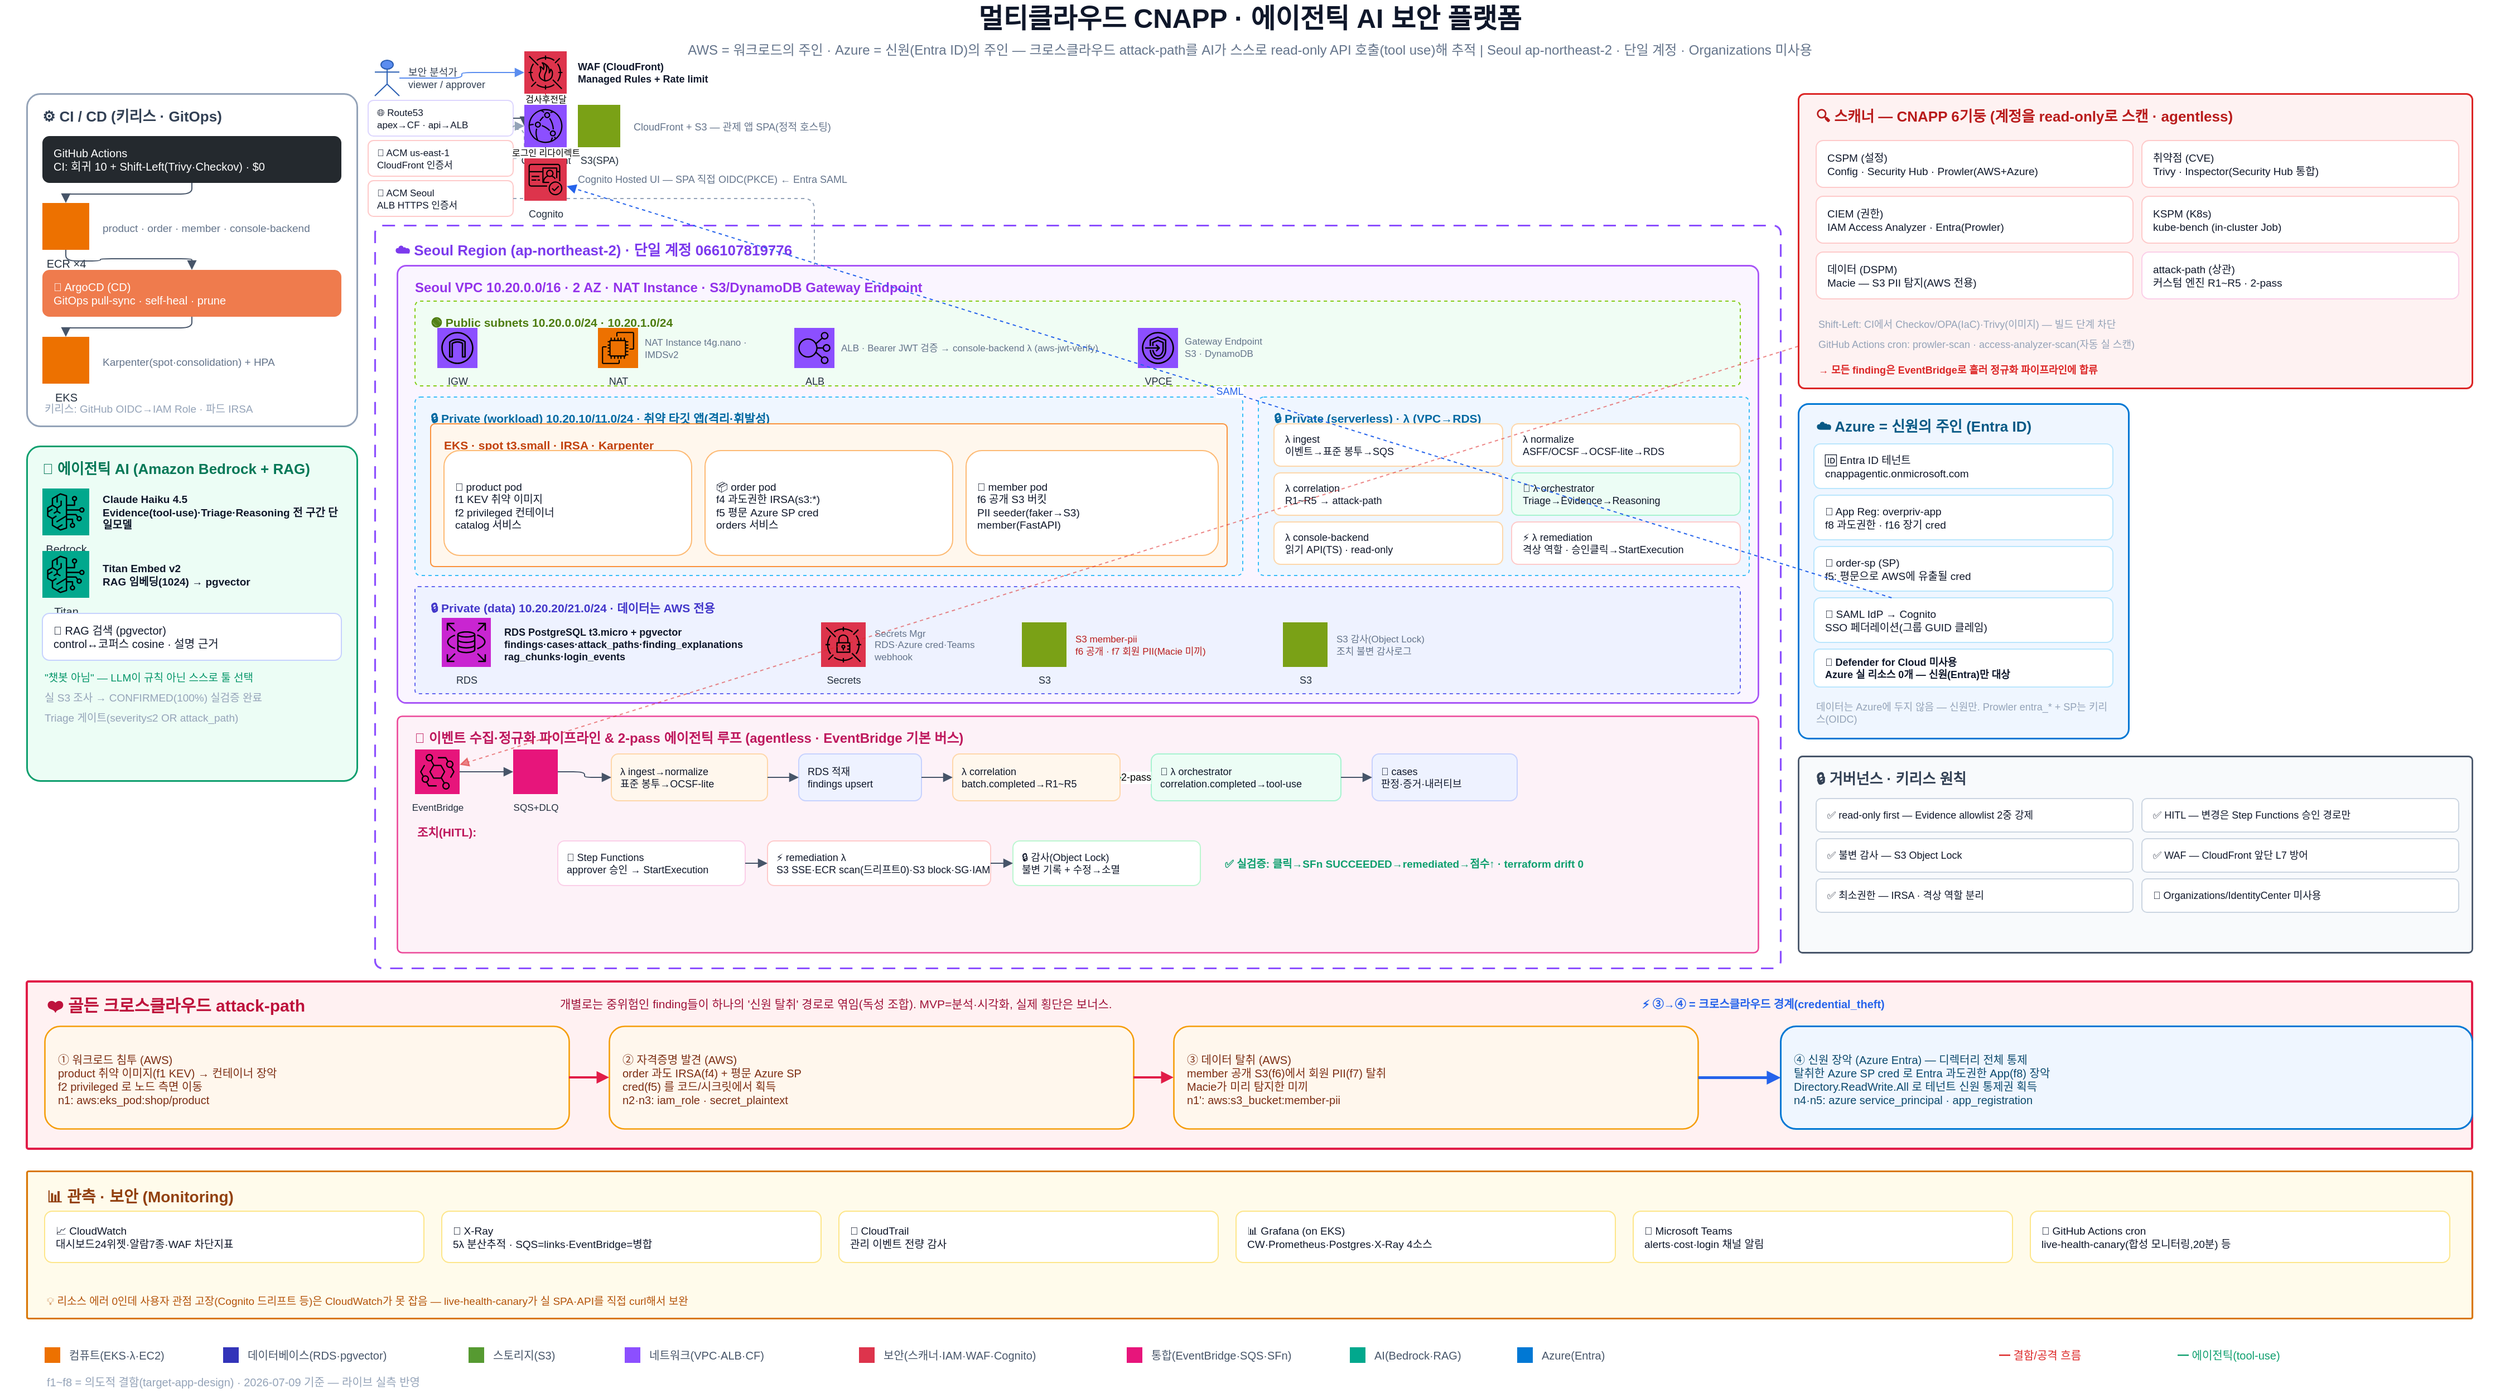
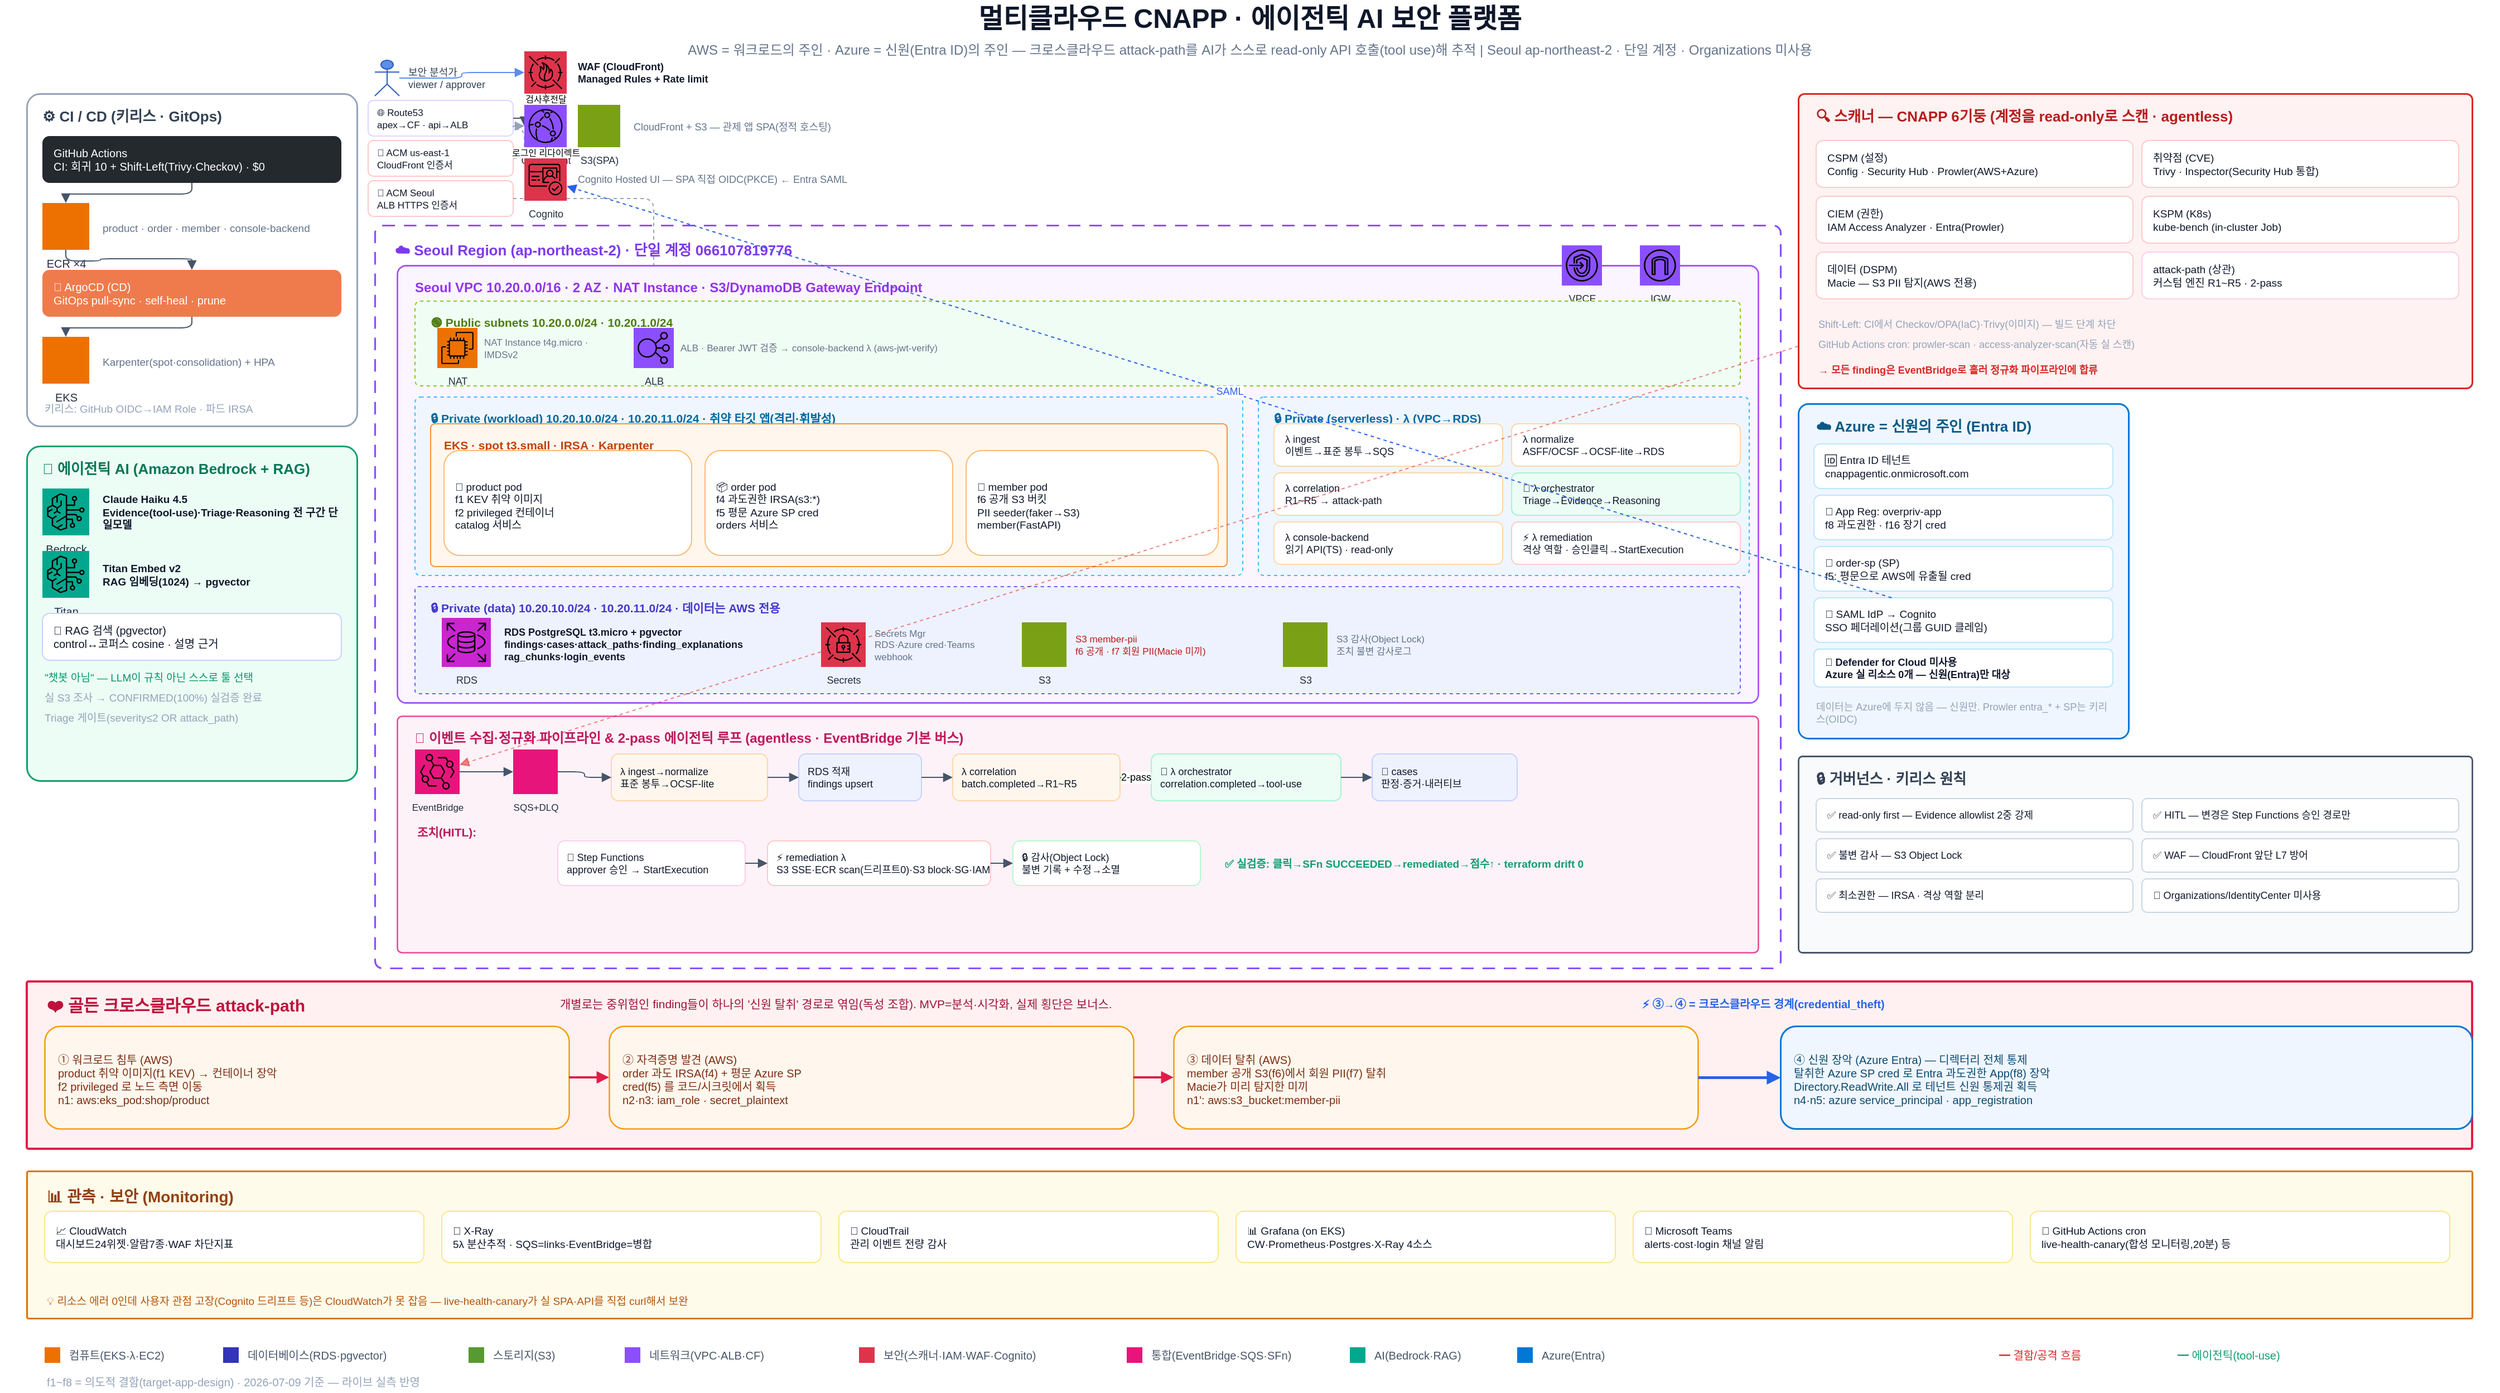
<mxfile host="app.diagrams.net" agent="claude-code" version="24.0.0">
  <diagram id="cnapp-overview-v2" name="CNAPP 전체 개요">
    <mxGraphModel dx="1600" dy="1000" grid="1" gridSize="10" guides="1" tooltips="1" connect="1" arrows="1" fold="1" page="1" pageScale="1" pageWidth="2240" pageHeight="1260" math="0" shadow="0">
      <root>
        <mxCell id="0" />
        <mxCell id="1" parent="0" />

        <!-- ===================== TITLE ===================== -->
        <mxCell id="title" value="멀티클라우드 CNAPP · 에이전틱 AI 보안 플랫폼" style="text;html=1;fontSize=24;fontStyle=1;align=center;verticalAlign=middle;fontColor=#0F172A;" vertex="1" parent="1">
          <mxGeometry x="0" y="4" width="2240" height="34" as="geometry" />
        </mxCell>
        <mxCell id="subtitle" value="AWS = 워크로드의 주인 · Azure = 신원(Entra ID)의 주인 — 크로스클라우드 attack-path를 AI가 스스로 read-only API 호출(tool use)해 추적 | Seoul ap-northeast-2 · 단일 계정 · Organizations 미사용" style="text;html=1;fontSize=12;align=center;verticalAlign=middle;fontColor=#64748B;" vertex="1" parent="1">
          <mxGeometry x="0" y="38" width="2240" height="22" as="geometry" />
        </mxCell>

        <!-- ===================== LEFT: CI/CD ===================== -->
        <mxCell id="Z_CICD" value="⚙️ CI / CD  (키리스 · GitOps)" style="rounded=1;arcSize=4;whiteSpace=wrap;html=1;fillColor=#FFFFFF;strokeColor=#94A3B8;strokeWidth=1.5;verticalAlign=top;align=left;spacingLeft=12;spacingTop=6;fontStyle=1;fontSize=13;fontColor=#334155;" vertex="1" parent="1">
          <mxGeometry x="24" y="88" width="296" height="298" as="geometry" />
        </mxCell>
        <mxCell id="GHA" value="GitHub Actions&#10;CI: 회귀 10 + Shift-Left(Trivy·Checkov) · $0" style="rounded=1;whiteSpace=wrap;html=1;fillColor=#24292E;strokeColor=none;fontColor=#FFFFFF;fontSize=10;align=left;spacingLeft=8;" vertex="1" parent="1">
          <mxGeometry x="38" y="126" width="268" height="42" as="geometry" />
        </mxCell>
        <mxCell id="ECR" value="ECR ×4" style="sketch=0;outlineConnect=0;fontColor=#232F3E;gradientColor=none;fillColor=#ED7100;strokeColor=none;verticalLabelPosition=bottom;verticalAlign=top;align=center;html=1;fontSize=10;aspect=fixed;shape=mxgraph.aws4.resourceIcon;resIcon=mxgraph.aws4.elastic_container_registry;" vertex="1" parent="1">
          <mxGeometry x="38" y="186" width="42" height="42" as="geometry" />
        </mxCell>
        <mxCell id="ECR_TXT" value="product · order · member · console-backend" style="text;html=1;whiteSpace=wrap;align=left;verticalAlign=middle;fontSize=9.5;fontColor=#64748B;" vertex="1" parent="1">
          <mxGeometry x="90" y="196" width="216" height="24" as="geometry" />
        </mxCell>
        <mxCell id="ARGO" value="🚢 ArgoCD (CD)&#10;GitOps pull-sync · self-heal · prune" style="rounded=1;whiteSpace=wrap;html=1;fillColor=#EF7B4D;strokeColor=none;fontColor=#FFFFFF;fontSize=10;align=left;spacingLeft=8;" vertex="1" parent="1">
          <mxGeometry x="38" y="246" width="268" height="42" as="geometry" />
        </mxCell>
        <mxCell id="EKS" value="EKS" style="sketch=0;outlineConnect=0;fontColor=#232F3E;gradientColor=none;fillColor=#ED7100;strokeColor=none;verticalLabelPosition=bottom;verticalAlign=top;align=center;html=1;fontSize=10;aspect=fixed;shape=mxgraph.aws4.resourceIcon;resIcon=mxgraph.aws4.elastic_kubernetes_service;" vertex="1" parent="1">
          <mxGeometry x="38" y="306" width="42" height="42" as="geometry" />
        </mxCell>
        <mxCell id="EKS_TXT" value="Karpenter(spot·consolidation) + HPA" style="text;html=1;whiteSpace=wrap;align=left;verticalAlign=middle;fontSize=9.5;fontColor=#64748B;" vertex="1" parent="1">
          <mxGeometry x="90" y="316" width="216" height="24" as="geometry" />
        </mxCell>
        <mxCell id="CICD_NOTE" value="키리스: GitHub OIDC→IAM Role · 파드 IRSA" style="text;html=1;whiteSpace=wrap;align=left;verticalAlign=middle;fontSize=9.5;fontColor=#94A3B8;" vertex="1" parent="1">
          <mxGeometry x="38" y="360" width="268" height="20" as="geometry" />
        </mxCell>
        <mxCell id="e_c1" style="edgeStyle=orthogonalEdgeStyle;rounded=1;html=1;endArrow=block;strokeColor=#475569;" edge="1" parent="1" source="GHA" target="ECR"><mxGeometry relative="1" as="geometry" /></mxCell>
        <mxCell id="e_c2" style="edgeStyle=orthogonalEdgeStyle;rounded=1;html=1;endArrow=block;strokeColor=#475569;" edge="1" parent="1" source="ECR" target="ARGO"><mxGeometry relative="1" as="geometry" /></mxCell>
        <mxCell id="e_c3" style="edgeStyle=orthogonalEdgeStyle;rounded=1;html=1;endArrow=block;strokeColor=#475569;" edge="1" parent="1" source="ARGO" target="EKS"><mxGeometry relative="1" as="geometry" /></mxCell>

        <!-- ===================== LEFT: AI ===================== -->
        <mxCell id="Z_AI" value="🧠 에이전틱 AI  (Amazon Bedrock + RAG)" style="rounded=1;arcSize=4;whiteSpace=wrap;html=1;fillColor=#ECFDF5;strokeColor=#0E9F6E;strokeWidth=1.5;verticalAlign=top;align=left;spacingLeft=12;spacingTop=6;fontStyle=1;fontSize=13;fontColor=#047857;" vertex="1" parent="1">
          <mxGeometry x="24" y="404" width="296" height="300" as="geometry" />
        </mxCell>
        <mxCell id="BR" value="Bedrock" style="sketch=0;outlineConnect=0;fontColor=#232F3E;gradientColor=none;fillColor=#01A88D;strokeColor=none;verticalLabelPosition=bottom;verticalAlign=top;align=center;html=1;fontSize=10;aspect=fixed;shape=mxgraph.aws4.resourceIcon;resIcon=mxgraph.aws4.bedrock;" vertex="1" parent="1">
          <mxGeometry x="38" y="442" width="42" height="42" as="geometry" />
        </mxCell>
        <mxCell id="BR_TXT" value="Claude Haiku 4.5&#10;Evidence(tool-use)·Triage·Reasoning 전 구간 단일모델" style="text;html=1;whiteSpace=wrap;align=left;verticalAlign=middle;fontSize=9.5;fontColor=#0F172A;fontStyle=1;" vertex="1" parent="1">
          <mxGeometry x="90" y="440" width="216" height="46" as="geometry" />
        </mxCell>
        <mxCell id="TITAN" value="Titan" style="sketch=0;outlineConnect=0;fontColor=#232F3E;gradientColor=none;fillColor=#01A88D;strokeColor=none;verticalLabelPosition=bottom;verticalAlign=top;align=center;html=1;fontSize=10;aspect=fixed;shape=mxgraph.aws4.resourceIcon;resIcon=mxgraph.aws4.bedrock;" vertex="1" parent="1">
          <mxGeometry x="38" y="498" width="42" height="42" as="geometry" />
        </mxCell>
        <mxCell id="TITAN_TXT" value="Titan Embed v2&#10;RAG 임베딩(1024) → pgvector" style="text;html=1;whiteSpace=wrap;align=left;verticalAlign=middle;fontSize=9.5;fontColor=#0F172A;fontStyle=1;" vertex="1" parent="1">
          <mxGeometry x="90" y="500" width="216" height="38" as="geometry" />
        </mxCell>
        <mxCell id="RAGBOX" value="🔎 RAG 검색 (pgvector)&#10;control↔코퍼스 cosine · 설명 근거" style="rounded=1;whiteSpace=wrap;html=1;fillColor=#FFFFFF;strokeColor=#C7D2FE;fontColor=#0F172A;fontSize=10;align=left;spacingLeft=8;" vertex="1" parent="1">
          <mxGeometry x="38" y="554" width="268" height="42" as="geometry" />
        </mxCell>
        <mxCell id="AI_N1" value="&quot;챗봇 아님&quot; — LLM이 규칙 아닌 스스로 툴 선택" style="text;html=1;whiteSpace=wrap;align=left;verticalAlign=middle;fontSize=9.5;fontColor=#059669;" vertex="1" parent="1">
          <mxGeometry x="38" y="602" width="268" height="18" as="geometry" />
        </mxCell>
        <mxCell id="AI_N2" value="실 S3 조사 → CONFIRMED(100%) 실검증 완료" style="text;html=1;whiteSpace=wrap;align=left;verticalAlign=middle;fontSize=9.5;fontColor=#94A3B8;" vertex="1" parent="1">
          <mxGeometry x="38" y="620" width="268" height="18" as="geometry" />
        </mxCell>
        <mxCell id="AI_N4" value="Triage 게이트(severity≤2 OR attack_path)" style="text;html=1;whiteSpace=wrap;align=left;verticalAlign=middle;fontSize=9.5;fontColor=#94A3B8;" vertex="1" parent="1">
          <mxGeometry x="38" y="638" width="268" height="18" as="geometry" />
        </mxCell>

        <!-- ===================== TOP: SSO 진입 (옵션B: SPA 직접 OIDC) ===================== -->
        <mxCell id="USER" value="" style="shape=umlActor;html=1;outlineConnect=0;fillColor=#5B8DEF;strokeColor=#2B5FB3;" vertex="1" parent="1">
          <mxGeometry x="336" y="58" width="22" height="32" as="geometry" />
        </mxCell>
        <mxCell id="USER_TXT" value="보안 분석가&#10;viewer / approver" style="text;html=1;whiteSpace=wrap;align=left;verticalAlign=middle;fontSize=9;fontColor=#334155;" vertex="1" parent="1">
          <mxGeometry x="364" y="58" width="100" height="32" as="geometry" />
        </mxCell>

        <!-- ===================== TOP: Route53 + ACM ===================== -->
        <mxCell id="ROUTE53" value="🌐 Route53&#10;apex→CF · api→ALB" style="rounded=1;whiteSpace=wrap;html=1;fillColor=#FFFFFF;strokeColor=#DDD6FE;fontColor=#0F172A;fontSize=8.5;align=left;spacingLeft=6;verticalAlign=middle;" vertex="1" parent="1">
          <mxGeometry x="330" y="94" width="130" height="32" as="geometry" />
        </mxCell>
        <mxCell id="ACM_CF" value="📜 ACM us-east-1&#10;CloudFront 인증서" style="rounded=1;whiteSpace=wrap;html=1;fillColor=#FFFFFF;strokeColor=#FECACA;fontColor=#0F172A;fontSize=8.5;align=left;spacingLeft=6;verticalAlign=middle;" vertex="1" parent="1">
          <mxGeometry x="330" y="130" width="130" height="32" as="geometry" />
        </mxCell>
        <mxCell id="ACM_ALB" value="📜 ACM Seoul&#10;ALB HTTPS 인증서" style="rounded=1;whiteSpace=wrap;html=1;fillColor=#FFFFFF;strokeColor=#FECACA;fontColor=#0F172A;fontSize=8.5;align=left;spacingLeft=6;verticalAlign=middle;" vertex="1" parent="1">
          <mxGeometry x="330" y="166" width="130" height="32" as="geometry" />
        </mxCell>
        <mxCell id="e_r53_cf" style="edgeStyle=orthogonalEdgeStyle;rounded=1;html=1;endArrow=block;strokeColor=#475569;" edge="1" parent="1" source="ROUTE53" target="CF"><mxGeometry relative="1" as="geometry" /></mxCell>
        <mxCell id="e_acmcf_cf" style="edgeStyle=orthogonalEdgeStyle;rounded=1;html=1;endArrow=block;dashed=1;strokeColor=#94A3B8;" edge="1" parent="1" source="ACM_CF" target="CF"><mxGeometry relative="1" as="geometry" /></mxCell>
        <mxCell id="e_acmalb_alb" style="edgeStyle=orthogonalEdgeStyle;rounded=1;html=1;endArrow=block;dashed=1;strokeColor=#94A3B8;" edge="1" parent="1" source="ACM_ALB" target="ALB"><mxGeometry relative="1" as="geometry" /></mxCell>
        <mxCell id="WAF" value="WAF" style="sketch=0;outlineConnect=0;fontColor=#232F3E;gradientColor=none;fillColor=#DD344C;strokeColor=none;verticalLabelPosition=bottom;verticalAlign=top;align=center;html=1;fontSize=9;aspect=fixed;shape=mxgraph.aws4.resourceIcon;resIcon=mxgraph.aws4.waf;" vertex="1" parent="1">
          <mxGeometry x="470" y="50" width="38" height="38" as="geometry" />
        </mxCell>
        <mxCell id="WAF_TXT" value="WAF (CloudFront)&#10;Managed Rules + Rate limit" style="text;html=1;whiteSpace=wrap;align=left;verticalAlign=middle;fontSize=9;fontColor=#0F172A;fontStyle=1;" vertex="1" parent="1">
          <mxGeometry x="516" y="52" width="180" height="34" as="geometry" />
        </mxCell>
        <mxCell id="CF" value="CloudFront" style="sketch=0;outlineConnect=0;fontColor=#232F3E;gradientColor=none;fillColor=#8C4FFF;strokeColor=none;verticalLabelPosition=bottom;verticalAlign=top;align=center;html=1;fontSize=9;aspect=fixed;shape=mxgraph.aws4.resourceIcon;resIcon=mxgraph.aws4.cloudfront;" vertex="1" parent="1">
          <mxGeometry x="470" y="98" width="38" height="38" as="geometry" />
        </mxCell>
        <mxCell id="SPA" value="S3(SPA)" style="sketch=0;outlineConnect=0;fontColor=#232F3E;gradientColor=none;fillColor=#7AA116;strokeColor=none;verticalLabelPosition=bottom;verticalAlign=top;align=center;html=1;fontSize=9;aspect=fixed;shape=mxgraph.aws4.resourceIcon;resIcon=mxgraph.aws4.simple_storage_service;" vertex="1" parent="1">
          <mxGeometry x="518" y="98" width="38" height="38" as="geometry" />
        </mxCell>
        <mxCell id="CF_TXT" value="CloudFront + S3 — 관제 앱 SPA(정적 호스팅)" style="text;html=1;whiteSpace=wrap;align=left;verticalAlign=middle;fontSize=9;fontColor=#64748B;" vertex="1" parent="1">
          <mxGeometry x="566" y="106" width="200" height="24" as="geometry" />
        </mxCell>
        <mxCell id="COG" value="Cognito" style="sketch=0;outlineConnect=0;fontColor=#232F3E;gradientColor=none;fillColor=#DD344C;strokeColor=none;verticalLabelPosition=bottom;verticalAlign=top;align=center;html=1;fontSize=9;aspect=fixed;shape=mxgraph.aws4.resourceIcon;resIcon=mxgraph.aws4.cognito;" vertex="1" parent="1">
          <mxGeometry x="470" y="146" width="38" height="38" as="geometry" />
        </mxCell>
        <mxCell id="COG_TXT" value="Cognito Hosted UI — SPA 직접 OIDC(PKCE) ← Entra SAML" style="text;html=1;whiteSpace=wrap;align=left;verticalAlign=middle;fontSize=9;fontColor=#64748B;" vertex="1" parent="1">
          <mxGeometry x="516" y="146" width="250" height="38" as="geometry" />
        </mxCell>
        <mxCell id="e_u1" style="edgeStyle=orthogonalEdgeStyle;rounded=1;html=1;endArrow=block;strokeColor=#5B8DEF;fontSize=9;" edge="1" parent="1" source="USER" target="WAF"><mxGeometry relative="1" as="geometry" /></mxCell>
        <mxCell id="e_u2" value="검사후전달" style="edgeStyle=orthogonalEdgeStyle;rounded=1;html=1;endArrow=block;strokeColor=#DD344C;fontSize=8;" edge="1" parent="1" source="WAF" target="CF"><mxGeometry relative="1" as="geometry" /></mxCell>
        <mxCell id="e_u3" value="로그인 리다이렉트" style="edgeStyle=orthogonalEdgeStyle;rounded=1;html=1;endArrow=block;strokeColor=#475569;fontSize=8;" edge="1" parent="1" source="CF" target="COG"><mxGeometry relative="1" as="geometry" /></mxCell>

        <!-- ===================== CENTER: Seoul Region ===================== -->
        <mxCell id="Z_REGION" value="☁️ Seoul Region (ap-northeast-2) · 단일 계정 066107819776" style="rounded=1;arcSize=1;whiteSpace=wrap;html=1;fillColor=none;strokeColor=#8C4FFF;strokeWidth=1.6;dashed=1;dashPattern=7 5;verticalAlign=top;align=left;spacingLeft=16;spacingTop=8;fontStyle=1;fontSize=13;fontColor=#7C3AED;" vertex="1" parent="1">
          <mxGeometry x="336" y="206" width="1260" height="666" as="geometry" />
        </mxCell>
        <mxCell id="Z_VPC" value="Seoul VPC 10.20.0.0/16 · 2 AZ · NAT Instance · S3/DynamoDB Gateway Endpoint" style="rounded=1;arcSize=2;whiteSpace=wrap;html=1;fillColor=#FAF5FF;strokeColor=#A855F7;strokeWidth=1.4;verticalAlign=top;align=left;spacingLeft=14;spacingTop=6;fontStyle=1;fontSize=12;fontColor=#9333EA;" vertex="1" parent="1">
          <mxGeometry x="356" y="242" width="1220" height="392" as="geometry" />
        </mxCell>

+         <!-- IGW·Gateway Endpoint: 둘 다 VPC에 attach(서브넷 종속 아님, ENI 없음) — IGW는 퍼블릭 라우트테이블, GW Endpoint는 프라이빗 라우트테이블(실측: infra/shared/main.tf route_table_ids=private_route_table_ids)에 연결. 경계선(y=242) 위에 걸치도록 배치 -->
+         <mxCell id="VPCE" value="VPCE" style="sketch=0;outlineConnect=0;fontColor=#232F3E;gradientColor=none;fillColor=#8C4FFF;strokeColor=none;verticalLabelPosition=bottom;verticalAlign=top;align=center;html=1;fontSize=9;aspect=fixed;shape=mxgraph.aws4.resourceIcon;resIcon=mxgraph.aws4.endpoints;" vertex="1" parent="1">
+           <mxGeometry x="1400" y="224" width="36" height="36" as="geometry" />
+         </mxCell>
+         <mxCell id="IGW" value="IGW" style="sketch=0;outlineConnect=0;fontColor=#232F3E;gradientColor=none;fillColor=#8C4FFF;strokeColor=none;verticalLabelPosition=bottom;verticalAlign=top;align=center;html=1;fontSize=9;aspect=fixed;shape=mxgraph.aws4.resourceIcon;resIcon=mxgraph.aws4.internet_gateway;" vertex="1" parent="1">
+           <mxGeometry x="1470" y="224" width="36" height="36" as="geometry" />
+         </mxCell>
+ 
        <!-- Public subnet -->
        <mxCell id="Z_PUB" value="🟢 Public subnets  10.20.0.0/24 · 10.20.1.0/24" style="rounded=1;arcSize=6;whiteSpace=wrap;html=1;fillColor=#F0FDF4;strokeColor=#84CC16;dashed=1;verticalAlign=top;align=left;spacingLeft=12;spacingTop=6;fontStyle=1;fontSize=10.5;fontColor=#4D7C0F;" vertex="1" parent="1">
          <mxGeometry x="372" y="274" width="1188" height="76" as="geometry" />
        </mxCell>
-         <mxCell id="IGW" value="IGW" style="sketch=0;outlineConnect=0;fontColor=#232F3E;gradientColor=none;fillColor=#8C4FFF;strokeColor=none;verticalLabelPosition=bottom;verticalAlign=top;align=center;html=1;fontSize=9;aspect=fixed;shape=mxgraph.aws4.resourceIcon;resIcon=mxgraph.aws4.internet_gateway;" vertex="1" parent="1">
+         <mxCell id="NAT" value="NAT" style="sketch=0;outlineConnect=0;fontColor=#232F3E;gradientColor=none;fillColor=#ED7100;strokeColor=none;verticalLabelPosition=bottom;verticalAlign=top;align=center;html=1;fontSize=9;aspect=fixed;shape=mxgraph.aws4.resourceIcon;resIcon=mxgraph.aws4.ec2;" vertex="1" parent="1">
          <mxGeometry x="392" y="298" width="36" height="36" as="geometry" />
        </mxCell>
-         <mxCell id="NAT" value="NAT" style="sketch=0;outlineConnect=0;fontColor=#232F3E;gradientColor=none;fillColor=#ED7100;strokeColor=none;verticalLabelPosition=bottom;verticalAlign=top;align=center;html=1;fontSize=9;aspect=fixed;shape=mxgraph.aws4.resourceIcon;resIcon=mxgraph.aws4.ec2;" vertex="1" parent="1">
-           <mxGeometry x="536" y="298" width="36" height="36" as="geometry" />
-         </mxCell>
-         <mxCell id="NAT_TXT" value="NAT Instance t4g.nano · IMDSv2" style="text;html=1;whiteSpace=wrap;align=left;verticalAlign=middle;fontSize=8.5;fontColor=#64748B;" vertex="1" parent="1">
-           <mxGeometry x="576" y="304" width="120" height="24" as="geometry" />
+         <mxCell id="NAT_TXT" value="NAT Instance t4g.micro · IMDSv2" style="text;html=1;whiteSpace=wrap;align=left;verticalAlign=middle;fontSize=8.5;fontColor=#64748B;" vertex="1" parent="1">
+           <mxGeometry x="432" y="304" width="120" height="24" as="geometry" />
        </mxCell>
        <mxCell id="ALB" value="ALB" style="sketch=0;outlineConnect=0;fontColor=#232F3E;gradientColor=none;fillColor=#8C4FFF;strokeColor=none;verticalLabelPosition=bottom;verticalAlign=top;align=center;html=1;fontSize=9;aspect=fixed;shape=mxgraph.aws4.resourceIcon;resIcon=mxgraph.aws4.elastic_load_balancing;" vertex="1" parent="1">
-           <mxGeometry x="712" y="298" width="36" height="36" as="geometry" />
+           <mxGeometry x="568" y="298" width="36" height="36" as="geometry" />
        </mxCell>
        <mxCell id="ALB_TXT" value="ALB · Bearer JWT 검증 → console-backend λ (aws-jwt-verify)" style="text;html=1;whiteSpace=wrap;align=left;verticalAlign=middle;fontSize=8.5;fontColor=#64748B;" vertex="1" parent="1">
-           <mxGeometry x="752" y="298" width="240" height="36" as="geometry" />
-         </mxCell>
-         <mxCell id="VPCE" value="VPCE" style="sketch=0;outlineConnect=0;fontColor=#232F3E;gradientColor=none;fillColor=#8C4FFF;strokeColor=none;verticalLabelPosition=bottom;verticalAlign=top;align=center;html=1;fontSize=9;aspect=fixed;shape=mxgraph.aws4.resourceIcon;resIcon=mxgraph.aws4.endpoints;" vertex="1" parent="1">
-           <mxGeometry x="1020" y="298" width="36" height="36" as="geometry" />
-         </mxCell>
-         <mxCell id="VPCE_TXT" value="Gateway Endpoint&#10;S3 · DynamoDB" style="text;html=1;whiteSpace=wrap;align=left;verticalAlign=middle;fontSize=8.5;fontColor=#64748B;" vertex="1" parent="1">
-           <mxGeometry x="1060" y="296" width="180" height="38" as="geometry" />
+           <mxGeometry x="608" y="298" width="240" height="36" as="geometry" />
        </mxCell>

        <!-- Private subnet: workload (EKS) -->
-         <mxCell id="Z_WORK" value="🔒 Private (workload) 10.20.10/11.0/24 · 취약 타깃 앱(격리·휘발성)" style="rounded=1;arcSize=3;whiteSpace=wrap;html=1;fillColor=#EFF6FF;strokeColor=#38BDF8;dashed=1;verticalAlign=top;align=left;spacingLeft=12;spacingTop=6;fontStyle=1;fontSize=10.5;fontColor=#0369A1;" vertex="1" parent="1">
+         <mxCell id="Z_WORK" value="🔒 Private (workload) 10.20.10.0/24 · 10.20.11.0/24 · 취약 타깃 앱(격리·휘발성)" style="rounded=1;arcSize=3;whiteSpace=wrap;html=1;fillColor=#EFF6FF;strokeColor=#38BDF8;dashed=1;verticalAlign=top;align=left;spacingLeft=12;spacingTop=6;fontStyle=1;fontSize=10.5;fontColor=#0369A1;" vertex="1" parent="1">
          <mxGeometry x="372" y="360" width="742" height="160" as="geometry" />
        </mxCell>
        <mxCell id="Z_EKS2" value="EKS · spot t3.small · IRSA · Karpenter" style="rounded=1;arcSize=3;whiteSpace=wrap;html=1;fillColor=#FFF7ED;strokeColor=#FB923C;verticalAlign=top;align=left;spacingLeft=10;spacingTop=6;fontStyle=1;fontSize=10.5;fontColor=#C2410C;" vertex="1" parent="1">
          <mxGeometry x="386" y="384" width="714" height="128" as="geometry" />
        </mxCell>
        <mxCell id="POD_PRODUCT" value="🛒 product pod&#10;f1 KEV 취약 이미지&#10;f2 privileged 컨테이너&#10;catalog 서비스" style="rounded=1;whiteSpace=wrap;html=1;fillColor=#FFFFFF;strokeColor=#FDBA74;fontColor=#0F172A;fontSize=9.5;align=left;spacingLeft=8;spacingTop=4;" vertex="1" parent="1">
          <mxGeometry x="398" y="408" width="222" height="94" as="geometry" />
        </mxCell>
        <mxCell id="POD_ORDER" value="📦 order pod&#10;f4 과도권한 IRSA(s3:*)&#10;f5 평문 Azure SP cred&#10;orders 서비스" style="rounded=1;whiteSpace=wrap;html=1;fillColor=#FFFFFF;strokeColor=#FDBA74;fontColor=#0F172A;fontSize=9.5;align=left;spacingLeft=8;spacingTop=4;" vertex="1" parent="1">
          <mxGeometry x="632" y="408" width="222" height="94" as="geometry" />
        </mxCell>
        <mxCell id="POD_MEMBER" value="👤 member pod&#10;f6 공개 S3 버킷&#10;PII seeder(faker→S3)&#10;member(FastAPI)" style="rounded=1;whiteSpace=wrap;html=1;fillColor=#FFFFFF;strokeColor=#FDBA74;fontColor=#0F172A;fontSize=9.5;align=left;spacingLeft=8;spacingTop=4;" vertex="1" parent="1">
          <mxGeometry x="866" y="408" width="226" height="94" as="geometry" />
        </mxCell>

        <!-- Private subnet: serverless -->
        <mxCell id="Z_SVLESS" value="🔒 Private (serverless) · λ (VPC→RDS)" style="rounded=1;arcSize=3;whiteSpace=wrap;html=1;fillColor=#EFF6FF;strokeColor=#38BDF8;dashed=1;verticalAlign=top;align=left;spacingLeft=12;spacingTop=6;fontStyle=1;fontSize=10.5;fontColor=#0369A1;" vertex="1" parent="1">
          <mxGeometry x="1128" y="360" width="440" height="160" as="geometry" />
        </mxCell>
        <mxCell id="L_INGEST" value="λ ingest&#10;이벤트→표준 봉투→SQS" style="rounded=1;whiteSpace=wrap;html=1;fillColor=#FFFFFF;strokeColor=#FED7AA;fontColor=#0F172A;fontSize=9;align=left;spacingLeft=8;" vertex="1" parent="1">
          <mxGeometry x="1142" y="384" width="205" height="38" as="geometry" />
        </mxCell>
        <mxCell id="L_NORM" value="λ normalize&#10;ASFF/OCSF→OCSF-lite→RDS" style="rounded=1;whiteSpace=wrap;html=1;fillColor=#FFFFFF;strokeColor=#FED7AA;fontColor=#0F172A;fontSize=9;align=left;spacingLeft=8;" vertex="1" parent="1">
          <mxGeometry x="1355" y="384" width="205" height="38" as="geometry" />
        </mxCell>
        <mxCell id="L_CORR" value="λ correlation&#10;R1~R5 → attack-path" style="rounded=1;whiteSpace=wrap;html=1;fillColor=#FFFFFF;strokeColor=#FED7AA;fontColor=#0F172A;fontSize=9;align=left;spacingLeft=8;" vertex="1" parent="1">
          <mxGeometry x="1142" y="428" width="205" height="38" as="geometry" />
        </mxCell>
        <mxCell id="L_ORCH" value="🧠 λ orchestrator&#10;Triage→Evidence→Reasoning" style="rounded=1;whiteSpace=wrap;html=1;fillColor=#ECFDF5;strokeColor=#A7F3D0;fontColor=#0F172A;fontSize=9;align=left;spacingLeft=8;" vertex="1" parent="1">
          <mxGeometry x="1355" y="428" width="205" height="38" as="geometry" />
        </mxCell>
        <mxCell id="L_CBACK" value="λ console-backend&#10;읽기 API(TS) · read-only" style="rounded=1;whiteSpace=wrap;html=1;fillColor=#FFFFFF;strokeColor=#FED7AA;fontColor=#0F172A;fontSize=9;align=left;spacingLeft=8;" vertex="1" parent="1">
          <mxGeometry x="1142" y="472" width="205" height="38" as="geometry" />
        </mxCell>
        <mxCell id="L_REMED" value="⚡ λ remediation&#10;격상 역할 · 승인클릭→StartExecution" style="rounded=1;whiteSpace=wrap;html=1;fillColor=#FFFFFF;strokeColor=#FECACA;fontColor=#0F172A;fontSize=9;align=left;spacingLeft=8;" vertex="1" parent="1">
          <mxGeometry x="1355" y="472" width="205" height="38" as="geometry" />
        </mxCell>

        <!-- Private subnet: data -->
-         <mxCell id="Z_DATA" value="🔒 Private (data) 10.20.20/21.0/24 · 데이터는 AWS 전용" style="rounded=1;arcSize=3;whiteSpace=wrap;html=1;fillColor=#EEF2FF;strokeColor=#6366F1;dashed=1;verticalAlign=top;align=left;spacingLeft=12;spacingTop=6;fontStyle=1;fontSize=10.5;fontColor=#4338CA;" vertex="1" parent="1">
+         <mxCell id="Z_DATA" value="🔒 Private (data) 10.20.10.0/24 · 10.20.11.0/24 · 데이터는 AWS 전용" style="rounded=1;arcSize=3;whiteSpace=wrap;html=1;fillColor=#EEF2FF;strokeColor=#6366F1;dashed=1;verticalAlign=top;align=left;spacingLeft=12;spacingTop=6;fontStyle=1;fontSize=10.5;fontColor=#4338CA;" vertex="1" parent="1">
          <mxGeometry x="372" y="530" width="1188" height="96" as="geometry" />
        </mxCell>
        <mxCell id="RDS" value="RDS" style="sketch=0;outlineConnect=0;fontColor=#232F3E;gradientColor=none;fillColor=#C925D1;strokeColor=none;verticalLabelPosition=bottom;verticalAlign=top;align=center;html=1;fontSize=9;aspect=fixed;shape=mxgraph.aws4.resourceIcon;resIcon=mxgraph.aws4.rds;" vertex="1" parent="1">
          <mxGeometry x="396" y="558" width="44" height="44" as="geometry" />
        </mxCell>
        <mxCell id="RDS_TXT" value="RDS PostgreSQL t3.micro + pgvector&#10;findings·cases·attack_paths·finding_explanations&#10;rag_chunks·login_events" style="text;html=1;whiteSpace=wrap;align=left;verticalAlign=middle;fontSize=9;fontColor=#0F172A;fontStyle=1;" vertex="1" parent="1">
          <mxGeometry x="450" y="554" width="266" height="56" as="geometry" />
        </mxCell>
        <mxCell id="SM" value="Secrets" style="sketch=0;outlineConnect=0;fontColor=#232F3E;gradientColor=none;fillColor=#DD344C;strokeColor=none;verticalLabelPosition=bottom;verticalAlign=top;align=center;html=1;fontSize=9;aspect=fixed;shape=mxgraph.aws4.resourceIcon;resIcon=mxgraph.aws4.secrets_manager;" vertex="1" parent="1">
          <mxGeometry x="736" y="562" width="40" height="40" as="geometry" />
        </mxCell>
        <mxCell id="SM_TXT" value="Secrets Mgr&#10;RDS·Azure cred·Teams webhook" style="text;html=1;whiteSpace=wrap;align=left;verticalAlign=middle;fontSize=8.5;fontColor=#64748B;" vertex="1" parent="1">
          <mxGeometry x="782" y="566" width="120" height="32" as="geometry" />
        </mxCell>
        <mxCell id="S3PII" value="S3" style="sketch=0;outlineConnect=0;fontColor=#232F3E;gradientColor=none;fillColor=#7AA116;strokeColor=none;verticalLabelPosition=bottom;verticalAlign=top;align=center;html=1;fontSize=9;aspect=fixed;shape=mxgraph.aws4.resourceIcon;resIcon=mxgraph.aws4.simple_storage_service;" vertex="1" parent="1">
          <mxGeometry x="916" y="562" width="40" height="40" as="geometry" />
        </mxCell>
        <mxCell id="S3PII_TXT" value="S3 member-pii&#10;f6 공개 · f7 회원 PII(Macie 미끼)" style="text;html=1;whiteSpace=wrap;align=left;verticalAlign=middle;fontSize=8.5;fontColor=#B91C1C;" vertex="1" parent="1">
          <mxGeometry x="962" y="566" width="180" height="32" as="geometry" />
        </mxCell>
        <mxCell id="S3AUDIT" value="S3" style="sketch=0;outlineConnect=0;fontColor=#232F3E;gradientColor=none;fillColor=#7AA116;strokeColor=none;verticalLabelPosition=bottom;verticalAlign=top;align=center;html=1;fontSize=9;aspect=fixed;shape=mxgraph.aws4.resourceIcon;resIcon=mxgraph.aws4.simple_storage_service;" vertex="1" parent="1">
          <mxGeometry x="1150" y="562" width="40" height="40" as="geometry" />
        </mxCell>
        <mxCell id="S3AUDIT_TXT" value="S3 감사(Object Lock)&#10;조치 불변 감사로그" style="text;html=1;whiteSpace=wrap;align=left;verticalAlign=middle;fontSize=8.5;fontColor=#64748B;" vertex="1" parent="1">
          <mxGeometry x="1196" y="566" width="160" height="32" as="geometry" />
        </mxCell>

        <!-- Pipeline band -->
        <mxCell id="Z_PIPE" value="🔁 이벤트 수집·정규화 파이프라인 &amp; 2-pass 에이전틱 루프 (agentless · EventBridge 기본 버스)" style="rounded=1;arcSize=2;whiteSpace=wrap;html=1;fillColor=#FDF2F8;strokeColor=#EC4899;strokeWidth=1.3;verticalAlign=top;align=left;spacingLeft=14;spacingTop=6;fontStyle=1;fontSize=12;fontColor=#BE185D;" vertex="1" parent="1">
          <mxGeometry x="356" y="646" width="1220" height="212" as="geometry" />
        </mxCell>
        <mxCell id="EB2" value="EventBridge" style="sketch=0;outlineConnect=0;fontColor=#232F3E;gradientColor=none;fillColor=#E7157B;strokeColor=none;verticalLabelPosition=bottom;verticalAlign=top;align=center;html=1;fontSize=8.5;aspect=fixed;shape=mxgraph.aws4.resourceIcon;resIcon=mxgraph.aws4.eventbridge;" vertex="1" parent="1">
          <mxGeometry x="372" y="676" width="40" height="40" as="geometry" />
        </mxCell>
        <mxCell id="SQS2" value="SQS+DLQ" style="sketch=0;outlineConnect=0;fontColor=#232F3E;gradientColor=none;fillColor=#E7157B;strokeColor=none;verticalLabelPosition=bottom;verticalAlign=top;align=center;html=1;fontSize=8.5;aspect=fixed;shape=mxgraph.aws4.resourceIcon;resIcon=mxgraph.aws4.simple_queue_service;" vertex="1" parent="1">
          <mxGeometry x="460" y="676" width="40" height="40" as="geometry" />
        </mxCell>
        <mxCell id="P_INGNORM" value="λ ingest→normalize&#10;표준 봉투→OCSF-lite" style="rounded=1;whiteSpace=wrap;html=1;fillColor=#FFF7ED;strokeColor=#FED7AA;fontColor=#0F172A;fontSize=9;align=left;spacingLeft=6;" vertex="1" parent="1">
          <mxGeometry x="548" y="680" width="140" height="42" as="geometry" />
        </mxCell>
        <mxCell id="P_RDS" value="RDS 적재&#10;findings upsert" style="rounded=1;whiteSpace=wrap;html=1;fillColor=#EEF2FF;strokeColor=#C7D2FE;fontColor=#0F172A;fontSize=9;align=left;spacingLeft=6;" vertex="1" parent="1">
          <mxGeometry x="716" y="680" width="110" height="42" as="geometry" />
        </mxCell>
        <mxCell id="P_CORR" value="λ correlation&#10;batch.completed→R1~R5" style="rounded=1;whiteSpace=wrap;html=1;fillColor=#FFF7ED;strokeColor=#FED7AA;fontColor=#0F172A;fontSize=9;align=left;spacingLeft=6;" vertex="1" parent="1">
          <mxGeometry x="854" y="680" width="150" height="42" as="geometry" />
        </mxCell>
        <mxCell id="P_ORCH" value="🧠 λ orchestrator&#10;correlation.completed→tool-use" style="rounded=1;whiteSpace=wrap;html=1;fillColor=#ECFDF5;strokeColor=#A7F3D0;fontColor=#0F172A;fontSize=9;align=left;spacingLeft=6;" vertex="1" parent="1">
          <mxGeometry x="1032" y="680" width="170" height="42" as="geometry" />
        </mxCell>
        <mxCell id="P_CASES" value="📁 cases&#10;판정·증거·내러티브" style="rounded=1;whiteSpace=wrap;html=1;fillColor=#EEF2FF;strokeColor=#C7D2FE;fontColor=#0F172A;fontSize=9;align=left;spacingLeft=6;" vertex="1" parent="1">
          <mxGeometry x="1230" y="680" width="130" height="42" as="geometry" />
        </mxCell>
        <mxCell id="e_p1" style="edgeStyle=orthogonalEdgeStyle;rounded=1;html=1;endArrow=block;strokeColor=#475569;" edge="1" parent="1" source="EB2" target="SQS2"><mxGeometry relative="1" as="geometry" /></mxCell>
        <mxCell id="e_p2" style="edgeStyle=orthogonalEdgeStyle;rounded=1;html=1;endArrow=block;strokeColor=#475569;" edge="1" parent="1" source="SQS2" target="P_INGNORM"><mxGeometry relative="1" as="geometry" /></mxCell>
        <mxCell id="e_p3" style="edgeStyle=orthogonalEdgeStyle;rounded=1;html=1;endArrow=block;strokeColor=#475569;" edge="1" parent="1" source="P_INGNORM" target="P_RDS"><mxGeometry relative="1" as="geometry" /></mxCell>
        <mxCell id="e_p4" style="edgeStyle=orthogonalEdgeStyle;rounded=1;html=1;endArrow=block;strokeColor=#475569;" edge="1" parent="1" source="P_RDS" target="P_CORR"><mxGeometry relative="1" as="geometry" /></mxCell>
        <mxCell id="e_p5" value="2-pass" style="edgeStyle=orthogonalEdgeStyle;rounded=1;html=1;endArrow=block;strokeColor=#0E9F6E;strokeWidth=1.5;fontSize=9;" edge="1" parent="1" source="P_CORR" target="P_ORCH"><mxGeometry relative="1" as="geometry" /></mxCell>
        <mxCell id="e_p6" style="edgeStyle=orthogonalEdgeStyle;rounded=1;html=1;endArrow=block;strokeColor=#475569;" edge="1" parent="1" source="P_ORCH" target="P_CASES"><mxGeometry relative="1" as="geometry" /></mxCell>

        <mxCell id="HITL_LABEL" value="조치(HITL):" style="text;html=1;whiteSpace=wrap;align=left;verticalAlign=middle;fontSize=10.5;fontColor=#BE185D;fontStyle=1;" vertex="1" parent="1">
          <mxGeometry x="372" y="740" width="120" height="20" as="geometry" />
        </mxCell>
        <mxCell id="SFN2" value="🔀 Step Functions&#10;approver 승인 → StartExecution" style="rounded=1;whiteSpace=wrap;html=1;fillColor=#FFFFFF;strokeColor=#FBCFE8;fontColor=#0F172A;fontSize=9;align=left;spacingLeft=6;" vertex="1" parent="1">
          <mxGeometry x="500" y="758" width="168" height="40" as="geometry" />
        </mxCell>
        <mxCell id="REMED2" value="⚡ remediation λ&#10;S3 SSE·ECR scan(드리프트0)·S3 block·SG·IAM" style="rounded=1;whiteSpace=wrap;html=1;fillColor=#FFFFFF;strokeColor=#FECACA;fontColor=#0F172A;fontSize=9;align=left;spacingLeft=6;" vertex="1" parent="1">
          <mxGeometry x="688" y="758" width="200" height="40" as="geometry" />
        </mxCell>
        <mxCell id="AUDIT2" value="🔒 감사(Object Lock)&#10;불변 기록 + 수정→소멸" style="rounded=1;whiteSpace=wrap;html=1;fillColor=#FFFFFF;strokeColor=#BBF7D0;fontColor=#0F172A;fontSize=9;align=left;spacingLeft=6;" vertex="1" parent="1">
          <mxGeometry x="908" y="758" width="168" height="40" as="geometry" />
        </mxCell>
        <mxCell id="e_h1" style="edgeStyle=orthogonalEdgeStyle;rounded=1;html=1;endArrow=block;strokeColor=#475569;" edge="1" parent="1" source="SFN2" target="REMED2"><mxGeometry relative="1" as="geometry" /></mxCell>
        <mxCell id="e_h2" style="edgeStyle=orthogonalEdgeStyle;rounded=1;html=1;endArrow=block;strokeColor=#475569;" edge="1" parent="1" source="REMED2" target="AUDIT2"><mxGeometry relative="1" as="geometry" /></mxCell>
        <mxCell id="HITL_NOTE" value="✅ 실검증: 클릭→SFn SUCCEEDED→remediated→점수↑ · terraform drift 0" style="text;html=1;whiteSpace=wrap;align=left;verticalAlign=middle;fontSize=9.5;fontColor=#0E9F6E;fontStyle=1;" vertex="1" parent="1">
          <mxGeometry x="1096" y="762" width="470" height="32" as="geometry" />
        </mxCell>

        <!-- ===================== RIGHT: Scanners ===================== -->
        <mxCell id="Z_SCAN" value="🔍 스캐너 — CNAPP 6기둥 (계정을 read-only로 스캔 · agentless)" style="rounded=1;arcSize=2;whiteSpace=wrap;html=1;fillColor=#FEF2F2;strokeColor=#DC2626;strokeWidth=1.5;verticalAlign=top;align=left;spacingLeft=14;spacingTop=6;fontStyle=1;fontSize=13;fontColor=#B91C1C;" vertex="1" parent="1">
          <mxGeometry x="1612" y="88" width="604" height="264" as="geometry" />
        </mxCell>
        <mxCell id="S_CSPM" value="CSPM (설정)&#10;Config · Security Hub · Prowler(AWS+Azure)" style="rounded=1;whiteSpace=wrap;html=1;fillColor=#FFFFFF;strokeColor=#FECACA;fontColor=#0F172A;fontSize=9.5;align=left;spacingLeft=8;" vertex="1" parent="1">
          <mxGeometry x="1628" y="130" width="284" height="42" as="geometry" />
        </mxCell>
        <mxCell id="S_VULN" value="취약점 (CVE)&#10;Trivy · Inspector(Security Hub 통합)" style="rounded=1;whiteSpace=wrap;html=1;fillColor=#FFFFFF;strokeColor=#FECACA;fontColor=#0F172A;fontSize=9.5;align=left;spacingLeft=8;" vertex="1" parent="1">
          <mxGeometry x="1920" y="130" width="284" height="42" as="geometry" />
        </mxCell>
        <mxCell id="S_CIEM" value="CIEM (권한)&#10;IAM Access Analyzer · Entra(Prowler)" style="rounded=1;whiteSpace=wrap;html=1;fillColor=#FFFFFF;strokeColor=#FECACA;fontColor=#0F172A;fontSize=9.5;align=left;spacingLeft=8;" vertex="1" parent="1">
          <mxGeometry x="1628" y="180" width="284" height="42" as="geometry" />
        </mxCell>
        <mxCell id="S_KSPM" value="KSPM (K8s)&#10;kube-bench (in-cluster Job)" style="rounded=1;whiteSpace=wrap;html=1;fillColor=#FFFFFF;strokeColor=#FECACA;fontColor=#0F172A;fontSize=9.5;align=left;spacingLeft=8;" vertex="1" parent="1">
          <mxGeometry x="1920" y="180" width="284" height="42" as="geometry" />
        </mxCell>
        <mxCell id="S_DATA" value="데이터 (DSPM)&#10;Macie — S3 PII 탐지(AWS 전용)" style="rounded=1;whiteSpace=wrap;html=1;fillColor=#FFFFFF;strokeColor=#FECACA;fontColor=#0F172A;fontSize=9.5;align=left;spacingLeft=8;" vertex="1" parent="1">
          <mxGeometry x="1628" y="230" width="284" height="42" as="geometry" />
        </mxCell>
        <mxCell id="S_ATTACKPATH" value="attack-path (상관)&#10;커스텀 엔진 R1~R5 · 2-pass" style="rounded=1;whiteSpace=wrap;html=1;fillColor=#FFFFFF;strokeColor=#FBCFE8;fontColor=#0F172A;fontSize=9.5;align=left;spacingLeft=8;" vertex="1" parent="1">
          <mxGeometry x="1920" y="230" width="284" height="42" as="geometry" />
        </mxCell>
        <mxCell id="SCAN_NOTE1" value="Shift-Left: CI에서 Checkov/OPA(IaC)·Trivy(이미지) — 빌드 단계 차단" style="text;html=1;whiteSpace=wrap;align=left;verticalAlign=middle;fontSize=9;fontColor=#94A3B8;" vertex="1" parent="1">
          <mxGeometry x="1628" y="286" width="576" height="18" as="geometry" />
        </mxCell>
        <mxCell id="SCAN_NOTE2" value="GitHub Actions cron: prowler-scan · access-analyzer-scan(자동 실 스캔)" style="text;html=1;whiteSpace=wrap;align=left;verticalAlign=middle;fontSize=9;fontColor=#94A3B8;" vertex="1" parent="1">
          <mxGeometry x="1628" y="304" width="576" height="18" as="geometry" />
        </mxCell>
        <mxCell id="SCAN_NOTE3" value="→ 모든 finding은 EventBridge로 흘러 정규화 파이프라인에 합류" style="text;html=1;whiteSpace=wrap;align=left;verticalAlign=middle;fontSize=9;fontColor=#DC2626;fontStyle=1;" vertex="1" parent="1">
          <mxGeometry x="1628" y="326" width="576" height="20" as="geometry" />
        </mxCell>

        <!-- ===================== RIGHT: Azure ===================== -->
        <mxCell id="Z_AZURE" value="☁️ Azure = 신원의 주인 (Entra ID)" style="rounded=1;arcSize=3;whiteSpace=wrap;html=1;fillColor=#EFF6FF;strokeColor=#0078D4;strokeWidth=1.5;verticalAlign=top;align=left;spacingLeft=14;spacingTop=6;fontStyle=1;fontSize=13;fontColor=#075985;" vertex="1" parent="1">
          <mxGeometry x="1612" y="366" width="296" height="300" as="geometry" />
        </mxCell>
        <mxCell id="ENTRA2" value="🆔 Entra ID 테넌트&#10;cnappagentic.onmicrosoft.com" style="rounded=1;whiteSpace=wrap;html=1;fillColor=#FFFFFF;strokeColor=#BAE6FD;fontColor=#0F172A;fontSize=9.5;align=left;spacingLeft=8;" vertex="1" parent="1">
          <mxGeometry x="1626" y="402" width="268" height="40" as="geometry" />
        </mxCell>
        <mxCell id="APPREG2" value="🧩 App Reg: overpriv-app&#10;f8 과도권한 · f16 장기 cred" style="rounded=1;whiteSpace=wrap;html=1;fillColor=#FFFFFF;strokeColor=#BAE6FD;fontColor=#0F172A;fontSize=9.5;align=left;spacingLeft=8;" vertex="1" parent="1">
          <mxGeometry x="1626" y="448" width="268" height="40" as="geometry" />
        </mxCell>
        <mxCell id="ORDERSP" value="🔑 order-sp (SP)&#10;f5: 평문으로 AWS에 유출될 cred" style="rounded=1;whiteSpace=wrap;html=1;fillColor=#FFFFFF;strokeColor=#BAE6FD;fontColor=#0F172A;fontSize=9.5;align=left;spacingLeft=8;" vertex="1" parent="1">
          <mxGeometry x="1626" y="494" width="268" height="40" as="geometry" />
        </mxCell>
        <mxCell id="SAMLIDP" value="🎫 SAML IdP → Cognito&#10;SSO 페더레이션(그룹 GUID 클레임)" style="rounded=1;whiteSpace=wrap;html=1;fillColor=#FFFFFF;strokeColor=#BAE6FD;fontColor=#0F172A;fontSize=9.5;align=left;spacingLeft=8;" vertex="1" parent="1">
          <mxGeometry x="1626" y="540" width="268" height="40" as="geometry" />
        </mxCell>
        <mxCell id="DEFENDER_EXCL" value="🚫 Defender for Cloud 미사용&#10;Azure 실 리소스 0개 — 신원(Entra)만 대상" style="rounded=1;whiteSpace=wrap;html=1;fillColor=#FFFFFF;strokeColor=#BAE6FD;fontColor=#0F172A;fontSize=9;fontStyle=1;align=left;spacingLeft=8;" vertex="1" parent="1">
          <mxGeometry x="1626" y="586" width="268" height="34" as="geometry" />
        </mxCell>
        <mxCell id="AZURE_NOTE" value="데이터는 Azure에 두지 않음 — 신원만. Prowler entra_* + SP는 키리스(OIDC)" style="text;html=1;whiteSpace=wrap;align=left;verticalAlign=middle;fontSize=9;fontColor=#94A3B8;" vertex="1" parent="1">
          <mxGeometry x="1626" y="628" width="268" height="30" as="geometry" />
        </mxCell>
        <mxCell id="e_saml" value="SAML" style="edgeStyle=none;rounded=0;html=1;endArrow=block;dashed=1;strokeColor=#2563EB;fontSize=9;fontColor=#2563EB;" edge="1" parent="1" source="SAMLIDP" target="COG"><mxGeometry relative="1" as="geometry" /></mxCell>

        <!-- ===================== RIGHT: Governance ===================== -->
        <mxCell id="Z_GOV" value="🔒 거버넌스 · 키리스 원칙" style="rounded=1;arcSize=2;whiteSpace=wrap;html=1;fillColor=#F8FAFC;strokeColor=#475569;strokeWidth=1.4;verticalAlign=top;align=left;spacingLeft=14;spacingTop=6;fontStyle=1;fontSize=13;fontColor=#334155;" vertex="1" parent="1">
          <mxGeometry x="1612" y="682" width="604" height="176" as="geometry" />
        </mxCell>
        <mxCell id="G1" value="✅ read-only first — Evidence allowlist 2중 강제" style="rounded=1;whiteSpace=wrap;html=1;fillColor=#FFFFFF;strokeColor=#CBD5E1;fontColor=#0F172A;fontSize=9;align=left;spacingLeft=8;verticalAlign=middle;" vertex="1" parent="1">
          <mxGeometry x="1628" y="720" width="284" height="30" as="geometry" />
        </mxCell>
        <mxCell id="G2" value="✅ HITL — 변경은 Step Functions 승인 경로만" style="rounded=1;whiteSpace=wrap;html=1;fillColor=#FFFFFF;strokeColor=#CBD5E1;fontColor=#0F172A;fontSize=9;align=left;spacingLeft=8;verticalAlign=middle;" vertex="1" parent="1">
          <mxGeometry x="1920" y="720" width="284" height="30" as="geometry" />
        </mxCell>
        <mxCell id="G3" value="✅ 불변 감사 — S3 Object Lock" style="rounded=1;whiteSpace=wrap;html=1;fillColor=#FFFFFF;strokeColor=#CBD5E1;fontColor=#0F172A;fontSize=9;align=left;spacingLeft=8;verticalAlign=middle;" vertex="1" parent="1">
          <mxGeometry x="1628" y="756" width="284" height="30" as="geometry" />
        </mxCell>
        <mxCell id="G4" value="✅ WAF — CloudFront 앞단 L7 방어" style="rounded=1;whiteSpace=wrap;html=1;fillColor=#FFFFFF;strokeColor=#CBD5E1;fontColor=#0F172A;fontSize=9;align=left;spacingLeft=8;verticalAlign=middle;" vertex="1" parent="1">
          <mxGeometry x="1920" y="756" width="284" height="30" as="geometry" />
        </mxCell>
        <mxCell id="G5" value="✅ 최소권한 — IRSA · 격상 역할 분리" style="rounded=1;whiteSpace=wrap;html=1;fillColor=#FFFFFF;strokeColor=#CBD5E1;fontColor=#0F172A;fontSize=9;align=left;spacingLeft=8;verticalAlign=middle;" vertex="1" parent="1">
          <mxGeometry x="1628" y="792" width="284" height="30" as="geometry" />
        </mxCell>
        <mxCell id="G6" value="🚫 Organizations/IdentityCenter 미사용" style="rounded=1;whiteSpace=wrap;html=1;fillColor=#FFFFFF;strokeColor=#CBD5E1;fontColor=#0F172A;fontSize=9;align=left;spacingLeft=8;verticalAlign=middle;" vertex="1" parent="1">
          <mxGeometry x="1920" y="792" width="284" height="30" as="geometry" />
        </mxCell>

        <!-- ===================== Golden cross-cloud attack-path ===================== -->
        <mxCell id="Z_GOLDEN" value="" style="rounded=1;arcSize=1;whiteSpace=wrap;html=1;fillColor=#FFF1F2;strokeColor=#E11D48;strokeWidth=2;" vertex="1" parent="1">
          <mxGeometry x="24" y="884" width="2192" height="150" as="geometry" />
        </mxCell>
        <mxCell id="GOLDEN_TITLE" value="❤️ 골든 크로스클라우드 attack-path" style="text;html=1;whiteSpace=wrap;align=left;verticalAlign=middle;fontSize=15;fontStyle=1;fontColor=#BE123C;" vertex="1" parent="1">
          <mxGeometry x="40" y="892" width="500" height="26" as="geometry" />
        </mxCell>
        <mxCell id="GOLDEN_SUB" value="개별로는 중위험인 finding들이 하나의 '신원 탈취' 경로로 엮임(독성 조합). MVP=분석·시각화, 실제 횡단은 보너스." style="text;html=1;whiteSpace=wrap;align=left;verticalAlign=middle;fontSize=10.5;fontColor=#9F1239;" vertex="1" parent="1">
          <mxGeometry x="500" y="894" width="900" height="20" as="geometry" />
        </mxCell>
        <mxCell id="GOLDEN_BOUND" value="⚡ ③→④ = 크로스클라우드 경계(credential_theft)" style="text;html=1;whiteSpace=wrap;align=left;verticalAlign=middle;fontSize=10;fontStyle=1;fontColor=#2563EB;" vertex="1" parent="1">
          <mxGeometry x="1470" y="894" width="400" height="20" as="geometry" />
        </mxCell>
        <mxCell id="G_S1" value="① 워크로드 침투 (AWS)&#10;product 취약 이미지(f1 KEV) → 컨테이너 장악&#10;f2 privileged 로 노드 측면 이동&#10;n1: aws:eks_pod:shop/product" style="rounded=1;whiteSpace=wrap;html=1;fillColor=#FFF7ED;strokeColor=#F59E0B;strokeWidth=1.3;fontColor=#7C2D12;fontSize=10;align=left;spacingLeft=10;spacingTop=4;" vertex="1" parent="1">
          <mxGeometry x="40" y="924" width="470" height="92" as="geometry" />
        </mxCell>
        <mxCell id="G_S2" value="② 자격증명 발견 (AWS)&#10;order 과도 IRSA(f4) + 평문 Azure SP&#10;cred(f5) 를 코드/시크릿에서 획득&#10;n2·n3: iam_role · secret_plaintext" style="rounded=1;whiteSpace=wrap;html=1;fillColor=#FFF7ED;strokeColor=#F59E0B;strokeWidth=1.3;fontColor=#7C2D12;fontSize=10;align=left;spacingLeft=10;spacingTop=4;" vertex="1" parent="1">
          <mxGeometry x="546" y="924" width="470" height="92" as="geometry" />
        </mxCell>
        <mxCell id="G_S3" value="③ 데이터 탈취 (AWS)&#10;member 공개 S3(f6)에서 회원 PII(f7) 탈취&#10;Macie가 미리 탐지한 미끼&#10;n1': aws:s3_bucket:member-pii" style="rounded=1;whiteSpace=wrap;html=1;fillColor=#FFF7ED;strokeColor=#F59E0B;strokeWidth=1.3;fontColor=#7C2D12;fontSize=10;align=left;spacingLeft=10;spacingTop=4;" vertex="1" parent="1">
          <mxGeometry x="1052" y="924" width="470" height="92" as="geometry" />
        </mxCell>
        <mxCell id="G_S4" value="④ 신원 장악 (Azure Entra) — 디렉터리 전체 통제&#10;탈취한 Azure SP cred 로 Entra 과도권한 App(f8) 장악&#10;Directory.ReadWrite.All 로 테넌트 신원 통제권 획득&#10;n4·n5: azure service_principal · app_registration" style="rounded=1;whiteSpace=wrap;html=1;fillColor=#EFF6FF;strokeColor=#0078D4;strokeWidth=1.5;fontColor=#0C4A6E;fontSize=10;align=left;spacingLeft=10;spacingTop=4;" vertex="1" parent="1">
          <mxGeometry x="1596" y="924" width="620" height="92" as="geometry" />
        </mxCell>
        <mxCell id="e_g1" style="edgeStyle=none;rounded=0;html=1;endArrow=block;strokeColor=#E11D48;strokeWidth=2;" edge="1" parent="1" source="G_S1" target="G_S2"><mxGeometry relative="1" as="geometry" /></mxCell>
        <mxCell id="e_g2" style="edgeStyle=none;rounded=0;html=1;endArrow=block;strokeColor=#E11D48;strokeWidth=2;" edge="1" parent="1" source="G_S2" target="G_S3"><mxGeometry relative="1" as="geometry" /></mxCell>
        <mxCell id="e_g3" style="edgeStyle=none;rounded=0;html=1;endArrow=block;strokeColor=#2563EB;strokeWidth=2.5;" edge="1" parent="1" source="G_S3" target="G_S4"><mxGeometry relative="1" as="geometry" /></mxCell>

        <!-- 스캐너 → EventBridge 연결(전체 흐름 강조) -->
        <mxCell id="e_scan_flow" style="edgeStyle=none;rounded=0;html=1;endArrow=block;dashed=1;strokeColor=#DC2626;opacity=55;" edge="1" parent="1" source="Z_SCAN" target="EB2"><mxGeometry relative="1" as="geometry" /></mxCell>

        <!-- ===================== Monitoring / Observability ===================== -->
        <mxCell id="Z_MON2" value="📊 관측 · 보안 (Monitoring)" style="rounded=1;arcSize=1;whiteSpace=wrap;html=1;fillColor=#FFFBEB;strokeColor=#D97706;strokeWidth=1.6;verticalAlign=top;align=left;spacingLeft=16;spacingTop=8;fontStyle=1;fontSize=14;fontColor=#92400E;" vertex="1" parent="1">
          <mxGeometry x="24" y="1054" width="2192" height="132" as="geometry" />
        </mxCell>
        <mxCell id="M_CW" value="📈 CloudWatch&#10;대시보드24위젯·알람7종·WAF 차단지표" style="rounded=1;whiteSpace=wrap;html=1;fillColor=#FFFFFF;strokeColor=#FDE68A;fontColor=#0F172A;fontSize=9.5;align=left;spacingLeft=8;" vertex="1" parent="1">
          <mxGeometry x="40" y="1090" width="340" height="46" as="geometry" />
        </mxCell>
        <mxCell id="M_XRAY" value="🩻 X-Ray&#10;5λ 분산추적 · SQS=links·EventBridge=병합" style="rounded=1;whiteSpace=wrap;html=1;fillColor=#FFFFFF;strokeColor=#FDE68A;fontColor=#0F172A;fontSize=9.5;align=left;spacingLeft=8;" vertex="1" parent="1">
          <mxGeometry x="396" y="1090" width="340" height="46" as="geometry" />
        </mxCell>
        <mxCell id="M_CT" value="📜 CloudTrail&#10;관리 이벤트 전량 감사" style="rounded=1;whiteSpace=wrap;html=1;fillColor=#FFFFFF;strokeColor=#FDE68A;fontColor=#0F172A;fontSize=9.5;align=left;spacingLeft=8;" vertex="1" parent="1">
          <mxGeometry x="752" y="1090" width="340" height="46" as="geometry" />
        </mxCell>
        <mxCell id="M_GRAF" value="📊 Grafana (on EKS)&#10;CW·Prometheus·Postgres·X-Ray 4소스" style="rounded=1;whiteSpace=wrap;html=1;fillColor=#FFFFFF;strokeColor=#FDE68A;fontColor=#0F172A;fontSize=9.5;align=left;spacingLeft=8;" vertex="1" parent="1">
          <mxGeometry x="1108" y="1090" width="340" height="46" as="geometry" />
        </mxCell>
        <mxCell id="M_TEAMS" value="💬 Microsoft Teams&#10;alerts·cost·login 채널 알림" style="rounded=1;whiteSpace=wrap;html=1;fillColor=#FFFFFF;strokeColor=#FDE68A;fontColor=#0F172A;fontSize=9.5;align=left;spacingLeft=8;" vertex="1" parent="1">
          <mxGeometry x="1464" y="1090" width="340" height="46" as="geometry" />
        </mxCell>
        <mxCell id="M_GHA" value="🤖 GitHub Actions cron&#10;live-health-canary(합성 모니터링,20분) 등" style="rounded=1;whiteSpace=wrap;html=1;fillColor=#FFFFFF;strokeColor=#FDE68A;fontColor=#0F172A;fontSize=9.5;align=left;spacingLeft=8;" vertex="1" parent="1">
          <mxGeometry x="1820" y="1090" width="376" height="46" as="geometry" />
        </mxCell>
        <mxCell id="MON_NOTE" value="💡 리소스 에러 0인데 사용자 관점 고장(Cognito 드리프트 등)은 CloudWatch가 못 잡음 — live-health-canary가 실 SPA·API를 직접 curl해서 보완" style="text;html=1;whiteSpace=wrap;align=left;verticalAlign=middle;fontSize=9.5;fontColor=#B45309;" vertex="1" parent="1">
          <mxGeometry x="40" y="1160" width="1600" height="20" as="geometry" />
        </mxCell>

        <!-- ===================== Legend ===================== -->
        <mxCell id="LEG1" value="컴퓨트(EKS·λ·EC2)" style="text;html=1;align=left;verticalAlign=middle;fontSize=10;fontColor=#475569;" vertex="1" parent="1"><mxGeometry x="60" y="1210" width="160" height="18" as="geometry" /></mxCell>
        <mxCell id="LEG1SW" value="" style="rounded=0;whiteSpace=wrap;html=1;fillColor=#ED7100;strokeColor=none;" vertex="1" parent="1"><mxGeometry x="40" y="1212" width="14" height="14" as="geometry" /></mxCell>
        <mxCell id="LEG2" value="데이터베이스(RDS·pgvector)" style="text;html=1;align=left;verticalAlign=middle;fontSize=10;fontColor=#475569;" vertex="1" parent="1"><mxGeometry x="220" y="1210" width="200" height="18" as="geometry" /></mxCell>
        <mxCell id="LEG2SW" value="" style="rounded=0;whiteSpace=wrap;html=1;fillColor=#3334B9;strokeColor=none;" vertex="1" parent="1"><mxGeometry x="200" y="1212" width="14" height="14" as="geometry" /></mxCell>
        <mxCell id="LEG3" value="스토리지(S3)" style="text;html=1;align=left;verticalAlign=middle;fontSize=10;fontColor=#475569;" vertex="1" parent="1"><mxGeometry x="440" y="1210" width="120" height="18" as="geometry" /></mxCell>
        <mxCell id="LEG3SW" value="" style="rounded=0;whiteSpace=wrap;html=1;fillColor=#569A31;strokeColor=none;" vertex="1" parent="1"><mxGeometry x="420" y="1212" width="14" height="14" as="geometry" /></mxCell>
        <mxCell id="LEG4" value="네트워크(VPC·ALB·CF)" style="text;html=1;align=left;verticalAlign=middle;fontSize=10;fontColor=#475569;" vertex="1" parent="1"><mxGeometry x="580" y="1210" width="170" height="18" as="geometry" /></mxCell>
        <mxCell id="LEG4SW" value="" style="rounded=0;whiteSpace=wrap;html=1;fillColor=#8C4FFF;strokeColor=none;" vertex="1" parent="1"><mxGeometry x="560" y="1212" width="14" height="14" as="geometry" /></mxCell>
        <mxCell id="LEG5" value="보안(스캐너·IAM·WAF·Cognito)" style="text;html=1;align=left;verticalAlign=middle;fontSize=10;fontColor=#475569;" vertex="1" parent="1"><mxGeometry x="790" y="1210" width="220" height="18" as="geometry" /></mxCell>
        <mxCell id="LEG5SW" value="" style="rounded=0;whiteSpace=wrap;html=1;fillColor=#DD344C;strokeColor=none;" vertex="1" parent="1"><mxGeometry x="770" y="1212" width="14" height="14" as="geometry" /></mxCell>
        <mxCell id="LEG6" value="통합(EventBridge·SQS·SFn)" style="text;html=1;align=left;verticalAlign=middle;fontSize=10;fontColor=#475569;" vertex="1" parent="1"><mxGeometry x="1030" y="1210" width="200" height="18" as="geometry" /></mxCell>
        <mxCell id="LEG6SW" value="" style="rounded=0;whiteSpace=wrap;html=1;fillColor=#E7157B;strokeColor=none;" vertex="1" parent="1"><mxGeometry x="1010" y="1212" width="14" height="14" as="geometry" /></mxCell>
        <mxCell id="LEG7" value="AI(Bedrock·RAG)" style="text;html=1;align=left;verticalAlign=middle;fontSize=10;fontColor=#475569;" vertex="1" parent="1"><mxGeometry x="1230" y="1210" width="150" height="18" as="geometry" /></mxCell>
        <mxCell id="LEG7SW" value="" style="rounded=0;whiteSpace=wrap;html=1;fillColor=#01A88D;strokeColor=none;" vertex="1" parent="1"><mxGeometry x="1210" y="1212" width="14" height="14" as="geometry" /></mxCell>
        <mxCell id="LEG8" value="Azure(Entra)" style="text;html=1;align=left;verticalAlign=middle;fontSize=10;fontColor=#475569;" vertex="1" parent="1"><mxGeometry x="1380" y="1210" width="120" height="18" as="geometry" /></mxCell>
        <mxCell id="LEG8SW" value="" style="rounded=0;whiteSpace=wrap;html=1;fillColor=#0078D4;strokeColor=none;" vertex="1" parent="1"><mxGeometry x="1360" y="1212" width="14" height="14" as="geometry" /></mxCell>
        <mxCell id="LEG10" value="━ 결함/공격 흐름" style="text;html=1;align=left;verticalAlign=middle;fontSize=10;fontColor=#DC2626;" vertex="1" parent="1"><mxGeometry x="1790" y="1210" width="150" height="18" as="geometry" /></mxCell>
        <mxCell id="LEG11" value="━ 에이전틱(tool-use)" style="text;html=1;align=left;verticalAlign=middle;fontSize=10;fontColor=#0E9F6E;" vertex="1" parent="1"><mxGeometry x="1950" y="1210" width="180" height="18" as="geometry" /></mxCell>
        <mxCell id="LEG_FOOT" value="f1~f8 = 의도적 결함(target-app-design) · 2026-07-09 기준 — 라이브 실측 반영" style="text;html=1;align=left;verticalAlign=middle;fontSize=10;fontColor=#94A3B8;" vertex="1" parent="1"><mxGeometry x="40" y="1234" width="700" height="18" as="geometry" /></mxCell>

      </root>
    </mxGraphModel>
  </diagram>
</mxfile>
